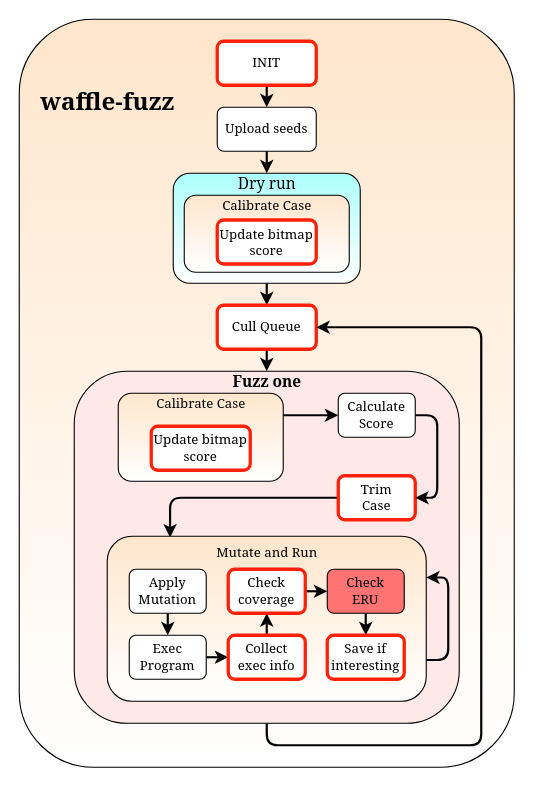
Above: Images/drawio/waffle-fuzz-proc.drawio in behnamarbab/masterthesis (draw.io), before the change. Source tidied: cells renumbered, new cells numbered last; positions are measured from the earlier drawing's top-left corner, leaving out a move shared by most shapes. Both pictures are drawn from the tidied source at 110%, with x=0, y=0 at pixel (19, 19).
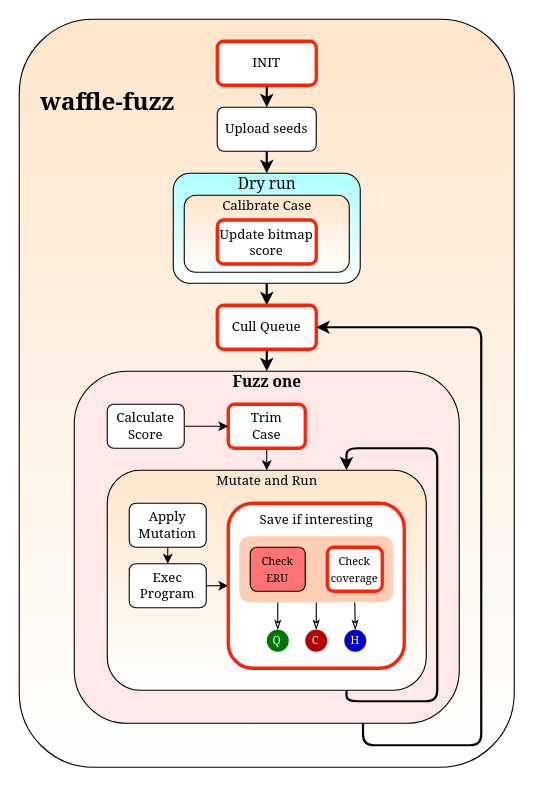
The same page after the edit.

Commit message (it also covers changes not shown here):
Update and fix waffle-fuzz-proc illustration

The change refers to these unchanged cells:
```xml
<mxCell id="10" value="Cull Queue" style="rounded=1;whiteSpace=wrap;html=1;fontFamily=Georgia;strokeColor=#FF2008;strokeWidth=3;glass=0;sketch=0;shadow=0;" parent="1" vertex="1">
  <mxGeometry x="180" y="260" width="90" height="40" as="geometry" />
</mxCell>
<mxCell id="12" style="rounded=1;whiteSpace=wrap;html=1;fontFamily=Georgia;fillColor=#FFE8E8;" parent="1" vertex="1">
  <mxGeometry x="50" y="320" width="350" height="320" as="geometry" />
</mxCell>
```

Diff of the diagram source:
```diff
@@
-    <mxCell id="11" style="edgeStyle=orthogonalEdgeStyle;jettySize=auto;html=1;exitX=0.5;exitY=1;exitDx=0;exitDy=0;entryX=1;entryY=0.5;entryDx=0;entryDy=0;rounded=1;strokeWidth=2;" parent="1" edge="1" source="12" target="10">
+    <mxCell id="11" style="edgeStyle=orthogonalEdgeStyle;jettySize=auto;html=1;exitX=0.75;exitY=1;exitDx=0;exitDy=0;entryX=1;entryY=0.5;entryDx=0;entryDy=0;rounded=1;strokeWidth=2;" parent="1" edge="1" source="12" target="10">
       <mxGeometry relative="1" as="geometry">
         <Array as="points">
-          <mxPoint x="225" y="660" />
+          <mxPoint x="313" y="660" />
           <mxPoint x="420" y="660" />
           <mxPoint x="420" y="280" />
         </Array>
       </mxGeometry>
     </mxCell>
@@
-    <mxCell id="13" style="edgeStyle=orthogonalEdgeStyle;rounded=1;jettySize=auto;html=1;exitX=1;exitY=0.25;exitDx=0;exitDy=0;entryX=0;entryY=0.5;entryDx=0;entryDy=0;strokeWidth=2;" parent="1" edge="1" source="14" target="18">
-      <mxGeometry relative="1" as="geometry" />
-    </mxCell>
-    <mxCell id="14" style="rounded=1;whiteSpace=wrap;html=1;fontFamily=Georgia;fillColor=#FFE6CC;gradientColor=#ffffff;" parent="1" vertex="1">
-      <mxGeometry x="90" y="340" width="150" height="80" as="geometry" />
-    </mxCell>
-    <mxCell id="15" style="edgeStyle=orthogonalEdgeStyle;rounded=1;jettySize=auto;html=1;exitX=0;exitY=0.5;exitDx=0;exitDy=0;strokeWidth=2;entryX=0.197;entryY=0.008;entryDx=0;entryDy=0;entryPerimeter=0;" parent="1" edge="1" source="16" target="19">
-      <mxGeometry relative="1" as="geometry">
-        <Array as="points">
-          <mxPoint x="137" y="435" />
-        </Array>
-      </mxGeometry>
+    <mxCell id="15" style="edgeStyle=orthogonalEdgeStyle;rounded=1;jettySize=auto;html=1;exitX=0.5;exitY=1;exitDx=0;exitDy=0;entryX=0.5;entryY=0;entryDx=0;entryDy=0;fontFamily=Georgia;fontSize=14;fontColor=#FFFFFF;endArrow=classic;endFill=1;startSize=6;strokeWidth=1;" parent="1" edge="1" source="16" target="19">
+      <mxGeometry relative="1" as="geometry" />
     </mxCell>
     <mxCell id="16" value="Trim&lt;br&gt;Case" style="rounded=1;whiteSpace=wrap;html=1;fontFamily=Georgia;strokeColor=#FF2008;strokeWidth=3;" parent="1" vertex="1">
-      <mxGeometry x="290" y="415" width="70" height="40" as="geometry" />
+      <mxGeometry x="190" y="350" width="70" height="40" as="geometry" />
     </mxCell>
-    <mxCell id="17" style="edgeStyle=orthogonalEdgeStyle;rounded=1;jettySize=auto;html=1;exitX=1;exitY=0.5;exitDx=0;exitDy=0;entryX=1;entryY=0.5;entryDx=0;entryDy=0;strokeWidth=2;" parent="1" edge="1" source="18" target="16">
+    <mxCell id="17" style="edgeStyle=orthogonalEdgeStyle;rounded=1;jettySize=auto;html=1;exitX=1;exitY=0.5;exitDx=0;exitDy=0;entryX=0;entryY=0.5;entryDx=0;entryDy=0;fontFamily=Georgia;fontSize=14;fontColor=#FFFFFF;endArrow=classic;endFill=1;startSize=6;strokeWidth=1;" parent="1" edge="1" source="18" target="16">
       <mxGeometry relative="1" as="geometry" />
     </mxCell>
     <mxCell id="18" value="Calculate&lt;br&gt;Score" style="rounded=1;whiteSpace=wrap;html=1;fontFamily=Georgia;" parent="1" vertex="1">
-      <mxGeometry x="290" y="340" width="70" height="40" as="geometry" />
+      <mxGeometry x="80" y="350" width="70" height="40" as="geometry" />
     </mxCell>
     <mxCell id="19" style="rounded=1;whiteSpace=wrap;html=1;fillColor=#FFE6CC;gradientColor=#ffffff;fontFamily=Georgia;" parent="1" vertex="1">
-      <mxGeometry x="80" y="470" width="290" height="150" as="geometry" />
+      <mxGeometry x="80" y="410" width="290" height="200" as="geometry" />
     </mxCell>
-    <mxCell id="20" style="edgeStyle=orthogonalEdgeStyle;rounded=0;jettySize=auto;html=1;exitX=0.5;exitY=1;exitDx=0;exitDy=0;entryX=0.5;entryY=0;entryDx=0;entryDy=0;strokeWidth=2;" parent="1" edge="1" source="21" target="23">
+    <mxCell id="20" style="edgeStyle=orthogonalEdgeStyle;rounded=1;jettySize=auto;html=1;exitX=0.5;exitY=1;exitDx=0;exitDy=0;entryX=0.5;entryY=0;entryDx=0;entryDy=0;fontFamily=Georgia;fontSize=14;fontColor=#FFFFFF;endArrow=classic;endFill=1;startSize=6;strokeWidth=1;" parent="1" edge="1" source="21" target="23">
       <mxGeometry relative="1" as="geometry" />
     </mxCell>
     <mxCell id="21" value="Apply&lt;br&gt;Mutation" style="rounded=1;whiteSpace=wrap;html=1;fontFamily=Georgia;" parent="1" vertex="1">
-      <mxGeometry x="100" y="500" width="70" height="40" as="geometry" />
+      <mxGeometry x="100" y="440" width="70" height="40" as="geometry" />
     </mxCell>
-    <mxCell id="22" style="edgeStyle=orthogonalEdgeStyle;rounded=0;jettySize=auto;html=1;exitX=1;exitY=0.5;exitDx=0;exitDy=0;entryX=0;entryY=0.5;entryDx=0;entryDy=0;strokeWidth=2;" parent="1" edge="1" source="23" target="25">
-      <mxGeometry relative="1" as="geometry" />
-    </mxCell>
+    <mxCell id="41" style="edgeStyle=orthogonalEdgeStyle;rounded=1;jettySize=auto;html=1;exitX=1;exitY=0.5;exitDx=0;exitDy=0;entryX=0;entryY=0.5;entryDx=0;entryDy=0;fontFamily=Georgia;fontSize=14;fontColor=#FFFFFF;endArrow=classic;endFill=1;startSize=6;strokeWidth=1;" parent="1" edge="1" source="23" target="28">
+      <mxGeometry relative="1" as="geometry" />
+    </mxCell>
     <mxCell id="23" value="Exec&lt;br&gt;Program" style="rounded=1;whiteSpace=wrap;html=1;fontFamily=Georgia;" parent="1" vertex="1">
-      <mxGeometry x="100" y="560" width="70" height="40" as="geometry" />
+      <mxGeometry x="100" y="495" width="70" height="40" as="geometry" />
     </mxCell>
-    <mxCell id="24" style="edgeStyle=orthogonalEdgeStyle;rounded=0;jettySize=auto;html=1;exitX=0.5;exitY=0;exitDx=0;exitDy=0;entryX=0.5;entryY=1;entryDx=0;entryDy=0;strokeWidth=2;" parent="1" edge="1" source="25" target="30">
-      <mxGeometry relative="1" as="geometry" />
-    </mxCell>
-    <mxCell id="25" value="Collect&lt;br&gt;exec info" style="rounded=1;whiteSpace=wrap;html=1;fontFamily=Georgia;strokeColor=#FF2008;strokeWidth=3;" parent="1" vertex="1">
-      <mxGeometry x="190" y="560" width="70" height="40" as="geometry" />
-    </mxCell>
-    <mxCell id="26" style="edgeStyle=orthogonalEdgeStyle;rounded=1;jettySize=auto;html=1;exitX=0.5;exitY=1;exitDx=0;exitDy=0;entryX=0.5;entryY=0;entryDx=0;entryDy=0;fontFamily=Georgia;fontSize=14;strokeWidth=2;" parent="1" edge="1" source="27" target="28">
-      <mxGeometry relative="1" as="geometry" />
-    </mxCell>
-    <mxCell id="27" value="Check&lt;br&gt;ERU" style="rounded=1;whiteSpace=wrap;html=1;fontFamily=Georgia;fillColor=#FF7373;" parent="1" vertex="1">
-      <mxGeometry x="280" y="500" width="70" height="40" as="geometry" />
-    </mxCell>
-    <mxCell id="28" value="Save if&lt;br&gt;interesting" style="rounded=1;whiteSpace=wrap;html=1;fontFamily=Georgia;strokeColor=#FF2008;strokeWidth=3;" parent="1" vertex="1">
-      <mxGeometry x="280" y="560" width="70" height="40" as="geometry" />
+    <mxCell id="28" style="rounded=1;whiteSpace=wrap;html=1;fontFamily=Georgia;strokeColor=#FF2008;strokeWidth=3;" parent="1" vertex="1">
+      <mxGeometry x="190" y="440" width="160" height="150" as="geometry" />
     </mxCell>
-    <mxCell id="29" style="edgeStyle=orthogonalEdgeStyle;rounded=1;jettySize=auto;html=1;exitX=1;exitY=0.5;exitDx=0;exitDy=0;entryX=0;entryY=0.5;entryDx=0;entryDy=0;fontFamily=Georgia;fontSize=14;strokeWidth=2;" parent="1" edge="1" source="30" target="27">
-      <mxGeometry relative="1" as="geometry" />
-    </mxCell>
-    <mxCell id="30" value="Check coverage" style="rounded=1;whiteSpace=wrap;html=1;fontFamily=Georgia;strokeColor=#FF2008;strokeWidth=3;" parent="1" vertex="1">
-      <mxGeometry x="190" y="500" width="70" height="40" as="geometry" />
-    </mxCell>
@@
     <mxCell id="33" value="Mutate and Run" style="text;html=1;align=center;verticalAlign=middle;strokeColor=none;fontFamily=Georgia;" parent="1" vertex="1">
-      <mxGeometry x="180" y="475" width="90" height="20" as="geometry" />
+      <mxGeometry x="180" y="410" width="90" height="20" as="geometry" />
     </mxCell>
-    <mxCell id="34" value="Calibrate Case" style="text;html=1;align=center;verticalAlign=middle;strokeColor=none;fontFamily=Georgia;" parent="1" vertex="1">
-      <mxGeometry x="120" y="340" width="90" height="20" as="geometry" />
-    </mxCell>
-    <mxCell id="35" value="Update bitmap&lt;br&gt;score" style="rounded=1;whiteSpace=wrap;html=1;fontFamily=Georgia;strokeColor=#FF2008;strokeWidth=3;" parent="1" vertex="1">
-      <mxGeometry x="120" y="370" width="90" height="40" as="geometry" />
-    </mxCell>
-    <mxCell id="36" style="edgeStyle=orthogonalEdgeStyle;rounded=1;orthogonalLoop=1;jettySize=auto;html=1;exitX=1;exitY=0.75;exitDx=0;exitDy=0;entryX=1;entryY=0.25;entryDx=0;entryDy=0;fontSize=14;strokeWidth=2;" parent="1" edge="1" source="19" target="19">
-      <mxGeometry relative="1" as="geometry" />
-    </mxCell>
@@
+    <mxCell id="42" style="edgeStyle=orthogonalEdgeStyle;rounded=1;jettySize=auto;html=1;exitX=0.25;exitY=1;exitDx=0;exitDy=0;entryX=0.5;entryY=0;entryDx=0;entryDy=0;fontFamily=Georgia;fontSize=14;fontColor=#FFFFFF;strokeWidth=1;startSize=6;endArrow=classicThin;endFill=0;" parent="1" edge="1" source="45" target="47">
+      <mxGeometry relative="1" as="geometry" />
+    </mxCell>
+    <mxCell id="43" style="edgeStyle=orthogonalEdgeStyle;rounded=1;jettySize=auto;html=1;exitX=0.5;exitY=1;exitDx=0;exitDy=0;entryX=0.5;entryY=0;entryDx=0;entryDy=0;fontFamily=Georgia;fontSize=14;fontColor=#FFFFFF;endArrow=classicThin;endFill=0;startSize=6;strokeWidth=1;" parent="1" edge="1" source="45" target="50">
+      <mxGeometry relative="1" as="geometry" />
+    </mxCell>
+    <mxCell id="44" style="edgeStyle=orthogonalEdgeStyle;rounded=1;jettySize=auto;html=1;exitX=0.75;exitY=1;exitDx=0;exitDy=0;entryX=0.5;entryY=0;entryDx=0;entryDy=0;fontFamily=Georgia;fontSize=14;fontColor=#FFFFFF;endArrow=classicThin;endFill=0;startSize=6;strokeWidth=1;" parent="1" edge="1" source="45" target="53">
+      <mxGeometry relative="1" as="geometry" />
+    </mxCell>
+    <mxCell id="45" style="rounded=1;whiteSpace=wrap;html=1;shadow=0;glass=0;labelBackgroundColor=none;sketch=0;fontFamily=Georgia;fontSize=14;fontColor=#FFFFFF;strokeWidth=1;gradientColor=none;strokeColor=none;fillColor=#FFCEB5;" parent="1" vertex="1">
+      <mxGeometry x="200" y="470" width="140" height="60" as="geometry" />
+    </mxCell>
+    <mxCell id="30" value="&lt;font style=&quot;line-height: 80% ; font-size: 10px&quot;&gt;Check coverage&lt;/font&gt;" style="rounded=1;whiteSpace=wrap;html=1;fontFamily=Georgia;strokeColor=#FF2008;strokeWidth=3;spacingTop=0;" parent="1" vertex="1">
+      <mxGeometry x="280" y="480" width="50" height="40" as="geometry" />
+    </mxCell>
+    <mxCell id="27" value="&lt;font style=&quot;font-size: 10px&quot;&gt;Check&lt;br&gt;ERU&lt;/font&gt;" style="rounded=1;whiteSpace=wrap;html=1;fontFamily=Georgia;fillColor=#FF7373;" parent="1" vertex="1">
+      <mxGeometry x="210" y="480" width="50" height="40" as="geometry" />
+    </mxCell>
+    <mxCell id="46" style="group;" parent="1" vertex="1">
+      <mxGeometry x="224" y="553" width="21" height="22" as="geometry" />
+    </mxCell>
+    <mxCell id="47" style="ellipse;whiteSpace=wrap;html=1;shadow=0;glass=0;labelBackgroundColor=none;sketch=0;fontFamily=Georgia;fontSize=14;fontColor=#FFFFFF;strokeWidth=1;gradientColor=none;strokeColor=none;fillColor=#007800;" parent="46" vertex="1">
+      <mxGeometry x="1" y="2" width="20" height="20" as="geometry" />
+    </mxCell>
+    <mxCell id="48" value="&lt;font size=&quot;1&quot;&gt;Q&lt;/font&gt;" style="text;html=1;align=center;verticalAlign=middle;strokeColor=none;fontSize=14;fontFamily=Georgia;fontColor=#FFFFFF;" parent="46" vertex="1">
+      <mxGeometry width="20" height="20" as="geometry" />
+    </mxCell>
+    <mxCell id="49" style="group;" parent="1" vertex="1">
+      <mxGeometry x="259" y="553" width="21" height="22" as="geometry" />
+    </mxCell>
+    <mxCell id="50" style="ellipse;whiteSpace=wrap;html=1;shadow=0;glass=0;labelBackgroundColor=none;sketch=0;fontFamily=Georgia;fontSize=14;fontColor=#FFFFFF;strokeWidth=1;gradientColor=none;strokeColor=none;fillColor=#B50000;" parent="49" vertex="1">
+      <mxGeometry x="1" y="2" width="20" height="20" as="geometry" />
+    </mxCell>
+    <mxCell id="51" value="&lt;font size=&quot;1&quot;&gt;C&lt;/font&gt;" style="text;html=1;align=center;verticalAlign=middle;strokeColor=none;fontSize=14;fontFamily=Georgia;fontColor=#FFFFFF;" parent="49" vertex="1">
+      <mxGeometry width="20" height="20" as="geometry" />
+    </mxCell>
+    <mxCell id="52" style="group;" parent="1" vertex="1">
+      <mxGeometry x="294.5" y="553" width="21" height="22" as="geometry" />
+    </mxCell>
+    <mxCell id="53" style="ellipse;whiteSpace=wrap;html=1;shadow=0;glass=0;labelBackgroundColor=none;sketch=0;fontFamily=Georgia;fontSize=14;fontColor=#FFFFFF;strokeWidth=1;gradientColor=none;strokeColor=none;fillColor=#0000CC;" parent="52" vertex="1">
+      <mxGeometry x="1" y="2" width="20" height="20" as="geometry" />
+    </mxCell>
+    <mxCell id="54" value="&lt;font size=&quot;1&quot;&gt;H&lt;/font&gt;" style="text;html=1;align=center;verticalAlign=middle;strokeColor=none;fontSize=14;fontFamily=Georgia;fontColor=#FFFFFF;" parent="52" vertex="1">
+      <mxGeometry width="20" height="20" as="geometry" />
+    </mxCell>
+    <mxCell id="55" value="&lt;font color=&quot;#000000&quot; style=&quot;font-size: 12px&quot;&gt;Save if interesting&lt;/font&gt;" style="text;html=1;align=center;verticalAlign=middle;strokeColor=none;fontSize=14;fontFamily=Georgia;fontColor=#FFFFFF;" parent="1" vertex="1">
+      <mxGeometry x="219.5" y="444" width="100" height="20" as="geometry" />
+    </mxCell>
+    <mxCell id="36" style="edgeStyle=orthogonalEdgeStyle;rounded=1;orthogonalLoop=1;jettySize=auto;html=1;exitX=0.75;exitY=1;exitDx=0;exitDy=0;entryX=0.75;entryY=0;entryDx=0;entryDy=0;fontFamily=Georgia;fontSize=14;fontColor=#FFFFFF;endArrow=classic;endFill=1;startSize=6;strokeWidth=2;" parent="1" edge="1" source="19" target="19">
+      <mxGeometry relative="1" as="geometry">
+        <Array as="points">
+          <mxPoint x="297" y="620" />
+          <mxPoint x="380" y="620" />
+          <mxPoint x="380" y="390" />
+          <mxPoint x="297" y="390" />
+        </Array>
+      </mxGeometry>
+    </mxCell>
```
